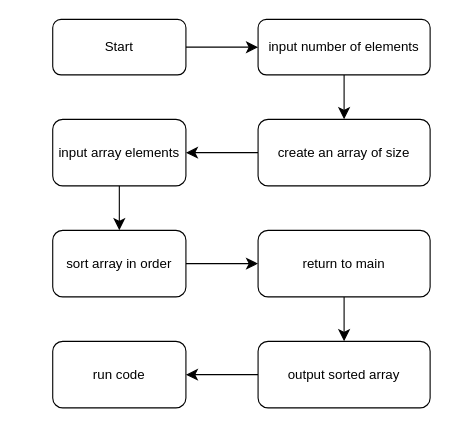
This is Untitled Diagram.drawio from lalallaur/CISC191, a draw.io file, before an edit. Source tidied: cells renumbered, new cells numbered last; positions are measured from the earlier drawing's top-left corner, leaving out a move shared by most shapes. Both pictures are drawn from the tidied source at 111%, with x=0, y=0 at pixel (52, 19).
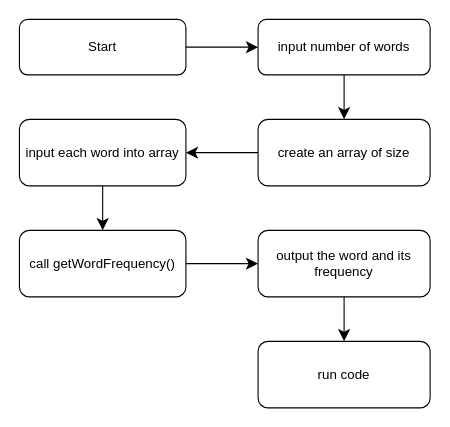
The same diagram, later.

Commit message:
Word Frequency Diagram.drawio

Change to the diagram source:
```diff
@@
 <mxGraphModel>
   <root>
     <mxCell id="0" />
     <mxCell id="1" parent="0" />
     <mxCell id="2" style="edgeStyle=none;curved=1;rounded=0;jettySize=auto;html=1;fontSize=12;startSize=8;endSize=8;" parent="1" edge="1" source="3" target="9">
       <mxGeometry relative="1" as="geometry" />
     </mxCell>
     <mxCell id="3" value="Start" style="rounded=1;whiteSpace=wrap;html=1;fontSize=12;glass=0;strokeWidth=1;shadow=0;" parent="1" vertex="1">
-      <mxGeometry width="120" height="50" as="geometry" />
+      <mxGeometry x="-30" width="150" height="50" as="geometry" />
     </mxCell>
     <mxCell id="4" style="edgeStyle=none;curved=1;rounded=0;jettySize=auto;html=1;fontSize=12;startSize=8;endSize=8;" parent="1" edge="1" source="5" target="7">
       <mxGeometry relative="1" as="geometry" />
     </mxCell>
     <mxCell id="5" value="create an array of size" style="rounded=1;whiteSpace=wrap;html=1;fontSize=12;glass=0;strokeWidth=1;shadow=0;" parent="1" vertex="1">
       <mxGeometry x="185" y="90" width="155" height="60" as="geometry" />
     </mxCell>
     <mxCell id="6" style="edgeStyle=none;curved=1;rounded=0;jettySize=auto;html=1;fontSize=12;startSize=8;endSize=8;" parent="1" edge="1" source="7" target="11">
       <mxGeometry relative="1" as="geometry" />
     </mxCell>
-    <mxCell id="7" value="input array elements" style="rounded=1;whiteSpace=wrap;html=1;fontSize=12;glass=0;strokeWidth=1;shadow=0;" parent="1" vertex="1">
-      <mxGeometry y="90" width="120" height="60" as="geometry" />
+    <mxCell id="7" value="input each word into array" style="rounded=1;whiteSpace=wrap;html=1;fontSize=12;glass=0;strokeWidth=1;shadow=0;" parent="1" vertex="1">
+      <mxGeometry x="-30" y="90" width="150" height="60" as="geometry" />
     </mxCell>
     <mxCell id="8" style="edgeStyle=none;curved=1;rounded=0;jettySize=auto;html=1;fontSize=12;startSize=8;endSize=8;" parent="1" edge="1" source="9" target="5">
       <mxGeometry relative="1" as="geometry" />
     </mxCell>
-    <mxCell id="9" value="input number of elements" style="rounded=1;whiteSpace=wrap;html=1;" parent="1" vertex="1">
+    <mxCell id="9" value="input number of words" style="rounded=1;whiteSpace=wrap;html=1;" parent="1" vertex="1">
       <mxGeometry x="185" width="155" height="50" as="geometry" />
     </mxCell>
     <mxCell id="10" style="edgeStyle=none;curved=1;rounded=0;jettySize=auto;html=1;fontSize=12;startSize=8;endSize=8;" parent="1" edge="1" source="11" target="13">
       <mxGeometry relative="1" as="geometry" />
     </mxCell>
-    <mxCell id="11" value="sort array in order" style="rounded=1;whiteSpace=wrap;html=1;" parent="1" vertex="1">
-      <mxGeometry y="190" width="120" height="60" as="geometry" />
+    <mxCell id="11" value="call getWordFrequency()" style="rounded=1;whiteSpace=wrap;html=1;" parent="1" vertex="1">
+      <mxGeometry x="-30" y="190" width="150" height="60" as="geometry" />
     </mxCell>
     <mxCell id="12" style="edgeStyle=none;curved=1;rounded=0;jettySize=auto;html=1;fontSize=12;startSize=8;endSize=8;" parent="1" edge="1" source="13" target="15">
       <mxGeometry relative="1" as="geometry" />
     </mxCell>
-    <mxCell id="13" value="return to main" style="rounded=1;whiteSpace=wrap;html=1;" parent="1" vertex="1">
+    <mxCell id="13" value="output the word and its frequency" style="rounded=1;whiteSpace=wrap;html=1;" parent="1" vertex="1">
       <mxGeometry x="185" y="190" width="155" height="60" as="geometry" />
     </mxCell>
-    <mxCell id="14" style="edgeStyle=none;curved=1;rounded=0;jettySize=auto;html=1;fontSize=12;startSize=8;endSize=8;" parent="1" edge="1" source="15" target="16">
-      <mxGeometry relative="1" as="geometry" />
-    </mxCell>
-    <mxCell id="15" value="output sorted array" style="rounded=1;whiteSpace=wrap;html=1;" parent="1" vertex="1">
+    <mxCell id="15" value="run code" style="rounded=1;whiteSpace=wrap;html=1;" parent="1" vertex="1">
       <mxGeometry x="185" y="290" width="155" height="60" as="geometry" />
     </mxCell>
-    <mxCell id="16" value="run code" style="rounded=1;whiteSpace=wrap;html=1;" parent="1" vertex="1">
-      <mxGeometry y="290" width="120" height="60" as="geometry" />
-    </mxCell>
     <mxCell id="17" style="edgeStyle=none;curved=1;rounded=0;orthogonalLoop=1;jettySize=auto;html=1;exitX=0;exitY=0.5;exitDx=0;exitDy=0;fontSize=12;startSize=8;endSize=8;" parent="1" edge="1" source="5" target="5">
       <mxGeometry relative="1" as="geometry" />
     </mxCell>
   </root>
 </mxGraphModel>
```
